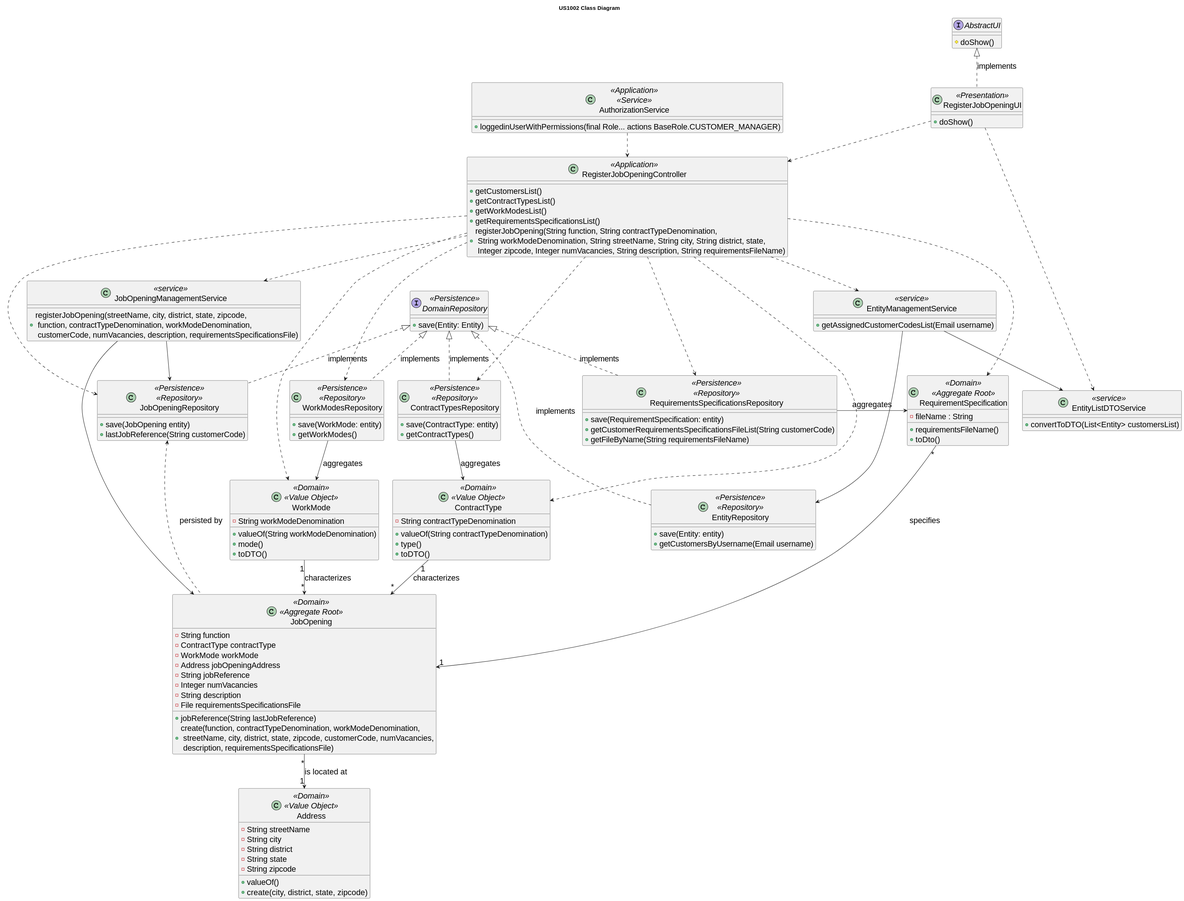
The PlantUML diagram docs/sb_us_1002/US1002_Class_Diagram/US1002_class_diagram.svg in rita-barbosa/LAPR4-2324, before a commit.
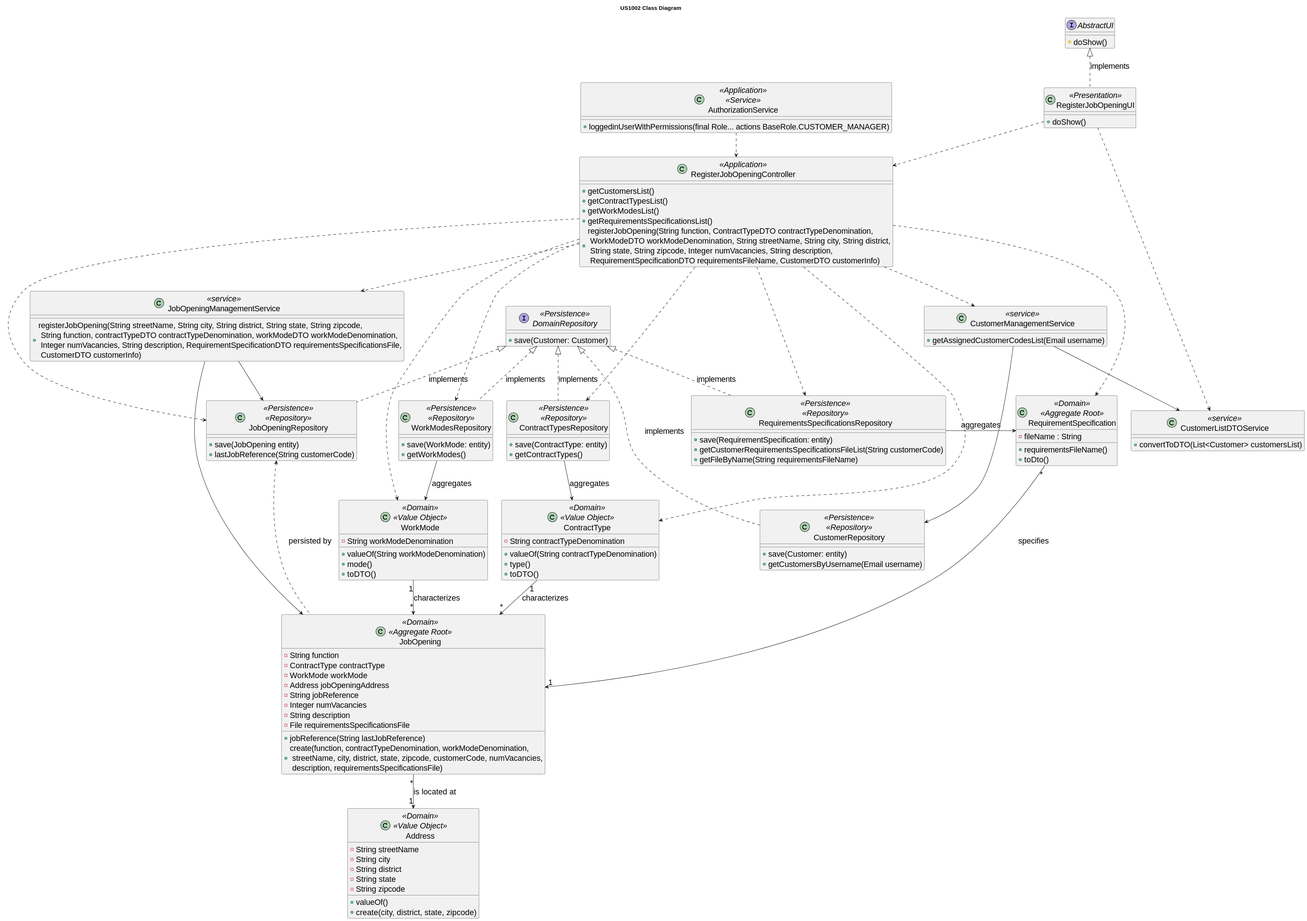
The same file after the commit.

Diff of the diagram source:
```diff
@@ -5,12 +5,12 @@
 
 
 
-class EntityListDTOService <<service>> {
-+ convertToDTO(List<Entity> customersList)
+class CustomerListDTOService <<service>> {
++ convertToDTO(List<Customer> customersList)
 }
 
 
-class EntityManagementService <<service>> {
+class CustomerManagementService <<service>> {
 + getAssignedCustomerCodesList(Email username)
 
 
@@ -30,11 +30,11 @@
 + getContractTypesList()
 + getWorkModesList()
 + getRequirementsSpecificationsList()
-+ registerJobOpening(String function, String contractTypeDenomination,\n String workModeDenomination, String streetName, String city, String district, state,\n Integer zipcode, Integer numVacancies, String description, String requirementsFileName)
++ registerJobOpening(String function, ContractTypeDTO contractTypeDenomination,\n WorkModeDTO workModeDenomination, String streetName, String city, String district,\n String state, String zipcode, Integer numVacancies, String description,\n RequirementSpecificationDTO requirementsFileName, CustomerDTO customerInfo)
 }
 
 class JobOpeningManagementService <<service>> {
-+ registerJobOpening(streetName, city, district, state, zipcode,\n function, contractTypeDenomination, workModeDenomination,\n customerCode, numVacancies, description, requirementsSpecificationsFile)
++ registerJobOpening(String streetName, String city, String district, String state, String zipcode,\n String function, contractTypeDTO contractTypeDenomination, workModeDTO workModeDenomination,\n Integer numVacancies, String description, RequirementSpecificationDTO requirementsSpecificationsFile,\n CustomerDTO customerInfo)
 }
 
 
@@ -106,13 +106,13 @@
 + getFileByName(String requirementsFileName)
 }
 
-class EntityRepository  <<Persistence>> <<Repository>>  {
-+ save(Entity: entity)
+class CustomerRepository  <<Persistence>> <<Repository>>  {
++ save(Customer: entity)
 + getCustomersByUsername(Email username)
 }
 
 interface DomainRepository <<Persistence>> {
-+ save(Entity: Entity)
++ save(Customer: Customer)
 }
 
 
@@ -121,9 +121,9 @@
 RegisterJobOpeningController ...> WorkModesRepository
 RegisterJobOpeningController ...> ContractTypesRepository
 RegisterJobOpeningController ..> JobOpeningRepository
-RegisterJobOpeningController ..> EntityManagementService
+RegisterJobOpeningController ..> CustomerManagementService
 RegisterJobOpeningController ..> JobOpeningManagementService
-RegisterJobOpeningUI ..> EntityListDTOService
+RegisterJobOpeningUI ..> CustomerListDTOService
 
 Address "1" <-up- "*" JobOpening : is located at
 WorkMode "1" --> "*" JobOpening : characterizes
@@ -138,8 +138,8 @@
 WorkModesRepository --> WorkMode : aggregates
 JobOpeningRepository <.. JobOpening : persisted by
 RequirementsSpecificationsRepository -> RequirementSpecification : aggregates
-EntityManagementService ---> EntityRepository
-EntityManagementService --> EntityListDTOService
+CustomerManagementService ---> CustomerRepository
+CustomerManagementService --> CustomerListDTOService
 JobOpeningManagementService --> JobOpeningRepository
 JobOpeningManagementService --> JobOpening
 
@@ -147,7 +147,7 @@
 DomainRepository <|.. ContractTypesRepository : implements
 DomainRepository <|.. WorkModesRepository : implements
 DomainRepository <|.. RequirementsSpecificationsRepository : implements
-DomainRepository <|.. EntityRepository : implements
+DomainRepository <|.. CustomerRepository : implements
 AbstractUI <|.. RegisterJobOpeningUI : implements
 
 AuthorizationService ..> RegisterJobOpeningController
```
